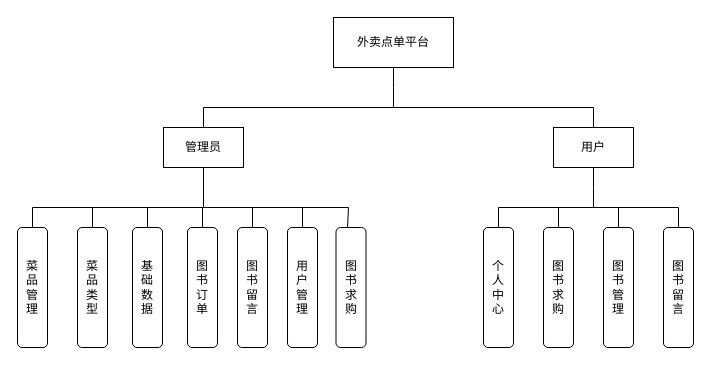
The draw.io diagram 外卖点单-管理员功能结构图.drawio in songmulin/Diagram, before the edit. Source tidied: cells renumbered, new cells numbered last; positions are measured from the earlier drawing's top-left corner, leaving out a move shared by most shapes. Both pictures are drawn from the tidied source at 100%, with x=0, y=0 at pixel (17, 17).
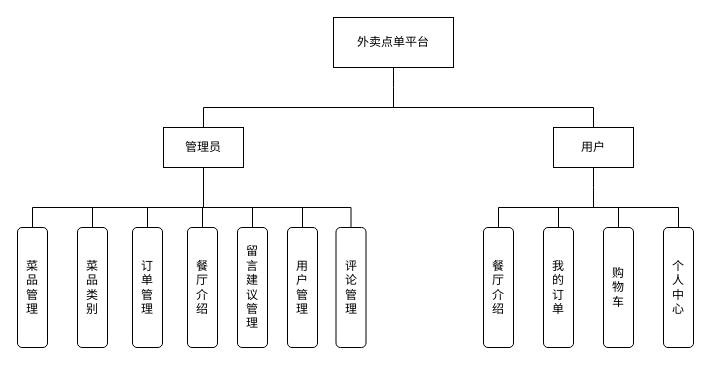
Above is the later version.

Commit message (it also covers changes not shown here):
更新外卖点单-管理员功能结构图.drawio

The change refers to these unchanged cells:
```xml
<mxCell id="10" value="菜&lt;div&gt;品&lt;/div&gt;&lt;div&gt;管&lt;/div&gt;&lt;div&gt;理&lt;/div&gt;" style="rounded=1;whiteSpace=wrap;html=1;" parent="1" vertex="1">
  <mxGeometry y="210" width="30" height="120" as="geometry" />
</mxCell>
```

Diff of the diagram source:
```diff
@@
-    <mxCell id="9" style="edgeStyle=orthogonalEdgeStyle;rounded=0;orthogonalLoop=1;jettySize=auto;html=1;endArrow=none;startFill=0;" parent="1" edge="1">
-      <mxGeometry relative="1" as="geometry">
-        <mxPoint x="15" y="220" as="sourcePoint" />
-        <mxPoint x="330" y="210" as="targetPoint" />
-        <Array as="points">
-          <mxPoint x="15" y="190" />
-          <mxPoint x="331" y="190" />
-        </Array>
-      </mxGeometry>
-    </mxCell>
+    <mxCell id="29" style="edgeStyle=orthogonalEdgeStyle;rounded=0;jettySize=auto;html=1;entryX=0.5;entryY=0;entryDx=0;entryDy=0;exitX=0.5;exitY=0;exitDx=0;exitDy=0;endArrow=none;startFill=0;" parent="1" edge="1" source="10" target="21">
+      <mxGeometry relative="1" as="geometry" />
+    </mxCell>
@@
-    <mxCell id="12" value="菜&lt;div&gt;品&lt;/div&gt;&lt;div&gt;类&lt;/div&gt;&lt;div&gt;型&lt;/div&gt;" style="rounded=1;whiteSpace=wrap;html=1;" parent="1" vertex="1">
+    <mxCell id="12" value="菜&lt;div&gt;品&lt;/div&gt;&lt;div&gt;类&lt;/div&gt;&lt;div&gt;别&lt;/div&gt;" style="rounded=1;whiteSpace=wrap;html=1;" parent="1" vertex="1">
       <mxGeometry x="60" y="210" width="30" height="120" as="geometry" />
     </mxCell>
@@
-    <mxCell id="14" value="基&lt;div&gt;础&lt;/div&gt;&lt;div&gt;数&lt;/div&gt;&lt;div&gt;据&lt;/div&gt;" style="rounded=1;whiteSpace=wrap;html=1;" parent="1" vertex="1">
+    <mxCell id="14" value="订&lt;div&gt;单&lt;/div&gt;&lt;div&gt;管&lt;div&gt;理&lt;/div&gt;&lt;/div&gt;" style="rounded=1;whiteSpace=wrap;html=1;" parent="1" vertex="1">
       <mxGeometry x="115" y="210" width="30" height="120" as="geometry" />
     </mxCell>
@@
-    <mxCell id="16" value="图&lt;div&gt;书&lt;/div&gt;&lt;div&gt;订&lt;/div&gt;&lt;div&gt;单&lt;/div&gt;" style="rounded=1;whiteSpace=wrap;html=1;" parent="1" vertex="1">
+    <mxCell id="16" value="餐&lt;div&gt;厅&lt;/div&gt;&lt;div&gt;介&lt;/div&gt;&lt;div&gt;绍&lt;/div&gt;" style="rounded=1;whiteSpace=wrap;html=1;" parent="1" vertex="1">
       <mxGeometry x="170" y="210" width="30" height="120" as="geometry" />
     </mxCell>
@@
-    <mxCell id="18" value="图&lt;div&gt;书&lt;/div&gt;&lt;div&gt;留&lt;/div&gt;&lt;div&gt;言&lt;/div&gt;" style="rounded=1;whiteSpace=wrap;html=1;" parent="1" vertex="1">
+    <mxCell id="18" value="留&lt;div&gt;言&lt;/div&gt;&lt;div&gt;建&lt;/div&gt;&lt;div&gt;议&lt;/div&gt;&lt;div&gt;管&lt;/div&gt;&lt;div&gt;理&lt;/div&gt;" style="rounded=1;whiteSpace=wrap;html=1;" parent="1" vertex="1">
       <mxGeometry x="220" y="210" width="30" height="120" as="geometry" />
     </mxCell>
@@
-    <mxCell id="21" value="图&lt;div&gt;书&lt;/div&gt;&lt;div&gt;求&lt;/div&gt;&lt;div&gt;购&lt;/div&gt;" style="rounded=1;whiteSpace=wrap;html=1;" parent="1" vertex="1">
+    <mxCell id="21" value="评&lt;div&gt;论&lt;/div&gt;&lt;div&gt;管&lt;/div&gt;&lt;div&gt;理&lt;/div&gt;" style="rounded=1;whiteSpace=wrap;html=1;" parent="1" vertex="1">
       <mxGeometry x="318.5" y="210" width="30" height="120" as="geometry" />
     </mxCell>
@@
-    <mxCell id="23" value="个&lt;div&gt;人&lt;/div&gt;&lt;div&gt;中&lt;/div&gt;&lt;div&gt;心&lt;/div&gt;" style="rounded=1;whiteSpace=wrap;html=1;" parent="1" vertex="1">
+    <mxCell id="23" value="餐&lt;div&gt;厅&lt;/div&gt;&lt;div&gt;介&lt;/div&gt;&lt;div&gt;绍&lt;/div&gt;" style="rounded=1;whiteSpace=wrap;html=1;" parent="1" vertex="1">
       <mxGeometry x="466" y="210" width="30" height="120" as="geometry" />
     </mxCell>
@@
-    <mxCell id="25" value="图&lt;div&gt;书&lt;/div&gt;&lt;div&gt;求&lt;/div&gt;&lt;div&gt;购&lt;/div&gt;" style="rounded=1;whiteSpace=wrap;html=1;" parent="1" vertex="1">
+    <mxCell id="25" value="我&lt;div&gt;的&lt;/div&gt;&lt;div&gt;订&lt;/div&gt;&lt;div&gt;单&lt;/div&gt;" style="rounded=1;whiteSpace=wrap;html=1;" parent="1" vertex="1">
       <mxGeometry x="526" y="210" width="30" height="120" as="geometry" />
     </mxCell>
@@
-    <mxCell id="27" value="图&lt;div&gt;书&lt;/div&gt;&lt;div&gt;管&lt;/div&gt;&lt;div&gt;理&lt;/div&gt;" style="rounded=1;whiteSpace=wrap;html=1;" parent="1" vertex="1">
+    <mxCell id="27" value="购&lt;div&gt;物&lt;/div&gt;&lt;div&gt;车&lt;/div&gt;" style="rounded=1;whiteSpace=wrap;html=1;" parent="1" vertex="1">
       <mxGeometry x="586" y="210" width="30" height="120" as="geometry" />
     </mxCell>
-    <mxCell id="28" value="图&lt;div&gt;书&lt;/div&gt;&lt;div&gt;留&lt;/div&gt;&lt;div&gt;言&lt;/div&gt;" style="rounded=1;whiteSpace=wrap;html=1;" parent="1" vertex="1">
+    <mxCell id="28" value="个&lt;div&gt;人&lt;/div&gt;&lt;div&gt;中&lt;/div&gt;&lt;div&gt;心&lt;/div&gt;" style="rounded=1;whiteSpace=wrap;html=1;" parent="1" vertex="1">
       <mxGeometry x="646" y="210" width="30" height="120" as="geometry" />
     </mxCell>
```
